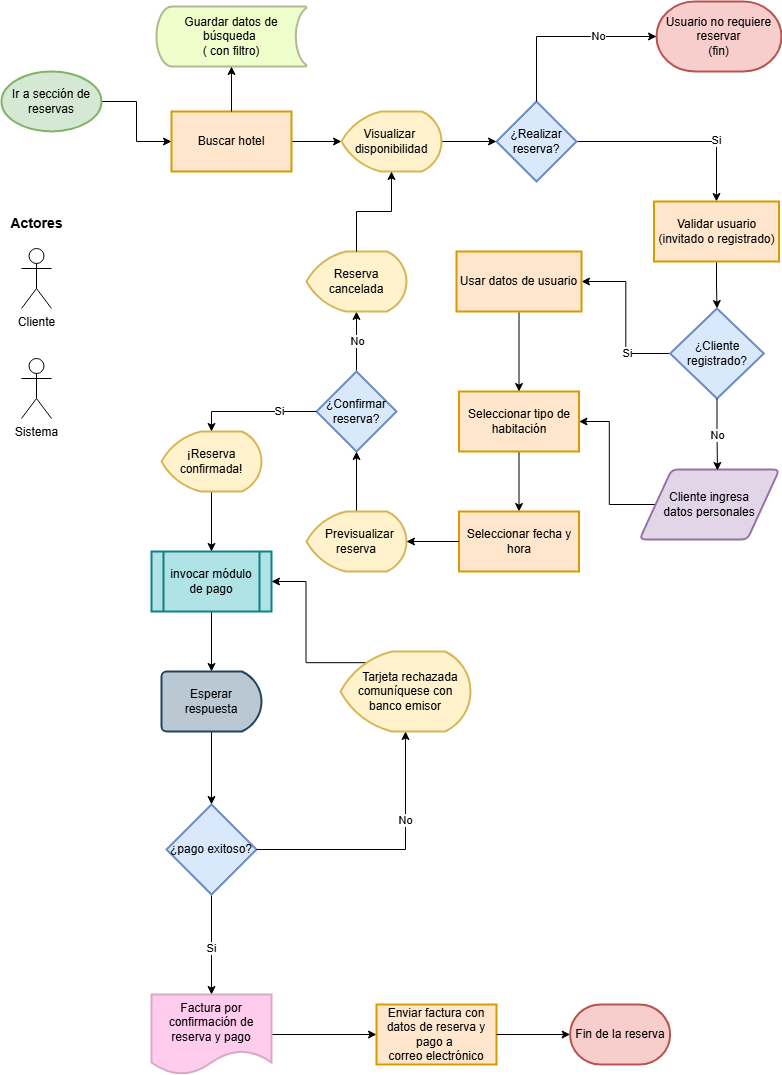
DjGuetta/App-Hotel-Management keeps this draw.io diagram as Flujograma de reserva de habitación.png. Above is the earlier version. Source tidied: cells renumbered, new cells last; positions are measured from the earlier drawing's top-left corner, leaving out a move shared by most shapes.
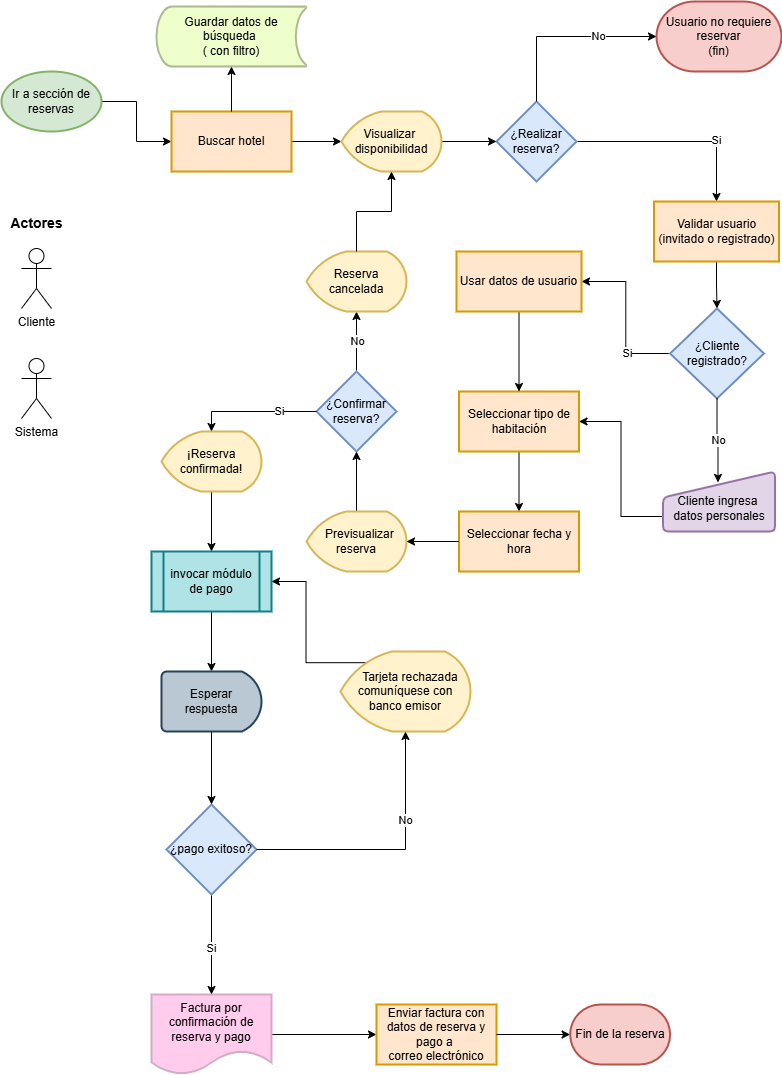
After the change.

Commit message:
Corrigiendo simbolos de diagrama de entrada manual

What changed in the source:
```diff
@@ -95,12 +95,9 @@
         <mxPoint x="31" as="offset" />
       </mxGeometry>
     </mxCell>
-    <mxCell id="31" style="edgeStyle=orthogonalEdgeStyle;rounded=0;jettySize=auto;html=1;exitX=0;exitY=0.5;exitDx=0;exitDy=0;entryX=1;entryY=0.5;entryDx=0;entryDy=0;" parent="1" edge="1" source="32" target="10">
+    <mxCell id="31" style="edgeStyle=orthogonalEdgeStyle;rounded=0;jettySize=auto;html=1;exitX=0;exitY=0.75;exitDx=0;exitDy=0;entryX=1;entryY=0.5;entryDx=0;entryDy=0;" parent="1" edge="1" source="32" target="10">
       <mxGeometry relative="1" as="geometry" />
     </mxCell>
-    <mxCell id="32" value="&amp;nbsp;Cliente ingresa&amp;nbsp;&lt;div&gt;datos personales&lt;/div&gt;" style="shape=parallelogram;html=1;strokeWidth=2;perimeter=parallelogramPerimeter;whiteSpace=wrap;rounded=1;arcSize=12;size=0.23;fillColor=#e1d5e7;strokeColor=#9673a6;" parent="1" vertex="1">
-      <mxGeometry x="638" y="468" width="140" height="70" as="geometry" />
-    </mxCell>
     <mxCell id="33" style="edgeStyle=orthogonalEdgeStyle;rounded=0;jettySize=auto;html=1;exitX=0.2;exitY=0.14;exitDx=0;exitDy=0;exitPerimeter=0;entryX=1;entryY=0.5;entryDx=0;entryDy=0;" parent="1" edge="1" source="34" target="20">
       <mxGeometry relative="1" as="geometry" />
     </mxCell>
@@ -148,12 +145,12 @@
     <mxCell id="47" value="¿Cliente&lt;div&gt;registrado?&lt;/div&gt;" style="rhombus;whiteSpace=wrap;html=1;fillColor=#dae8fc;strokeColor=#6c8ebf;strokeWidth=2;align=center;" parent="1" vertex="1">
       <mxGeometry x="668.6" y="307" width="93.8" height="90" as="geometry" />
     </mxCell>
-    <mxCell id="48" style="edgeStyle=orthogonalEdgeStyle;rounded=0;jettySize=auto;html=1;exitX=0.5;exitY=1;exitDx=0;exitDy=0;entryX=0.557;entryY=0.014;entryDx=0;entryDy=0;entryPerimeter=0;" parent="1" edge="1" source="47" target="32">
+    <mxCell id="48" style="edgeStyle=orthogonalEdgeStyle;rounded=0;jettySize=auto;html=1;exitX=0.5;exitY=1;exitDx=0;exitDy=0;entryX=0.491;entryY=0.183;entryDx=0;entryDy=0;entryPerimeter=0;" parent="1" edge="1" source="47" target="32">
       <mxGeometry relative="1" as="geometry" />
     </mxCell>
     <mxCell id="49" value="No" style="edgeLabel;html=1;align=center;verticalAlign=middle;" parent="48" vertex="1">
       <mxGeometry x="-0.02" y="-3" relative="1" as="geometry">
-        <mxPoint x="2" y="1" as="offset" />
+        <mxPoint x="3" y="1" as="offset" />
       </mxGeometry>
     </mxCell>
     <mxCell id="50" style="edgeStyle=orthogonalEdgeStyle;rounded=0;jettySize=auto;html=1;exitX=0.5;exitY=1;exitDx=0;exitDy=0;entryX=0.5;entryY=0;entryDx=0;entryDy=0;" parent="1" edge="1" source="51" target="10">
@@ -191,5 +188,8 @@
     <mxCell id="60" value="Esperar respuesta" style="strokeWidth=2;html=1;shape=mxgraph.flowchart.delay;whiteSpace=wrap;fillColor=#bac8d3;strokeColor=#23445d;" parent="1" vertex="1">
       <mxGeometry x="160" y="670" width="100" height="60" as="geometry" />
     </mxCell>
+    <mxCell id="32" value="&amp;nbsp;&lt;div&gt;Cliente ingresa&amp;nbsp;&lt;div&gt;datos personales&lt;/div&gt;&lt;/div&gt;" style="html=1;strokeWidth=2;shape=manualInput;whiteSpace=wrap;rounded=1;size=26;arcSize=11;fillColor=#e1d5e7;strokeColor=#9673a6;" parent="1" vertex="1">
+      <mxGeometry x="661.5" y="470" width="112" height="60" as="geometry" />
+    </mxCell>
   </root>
 </mxGraphModel>
```
